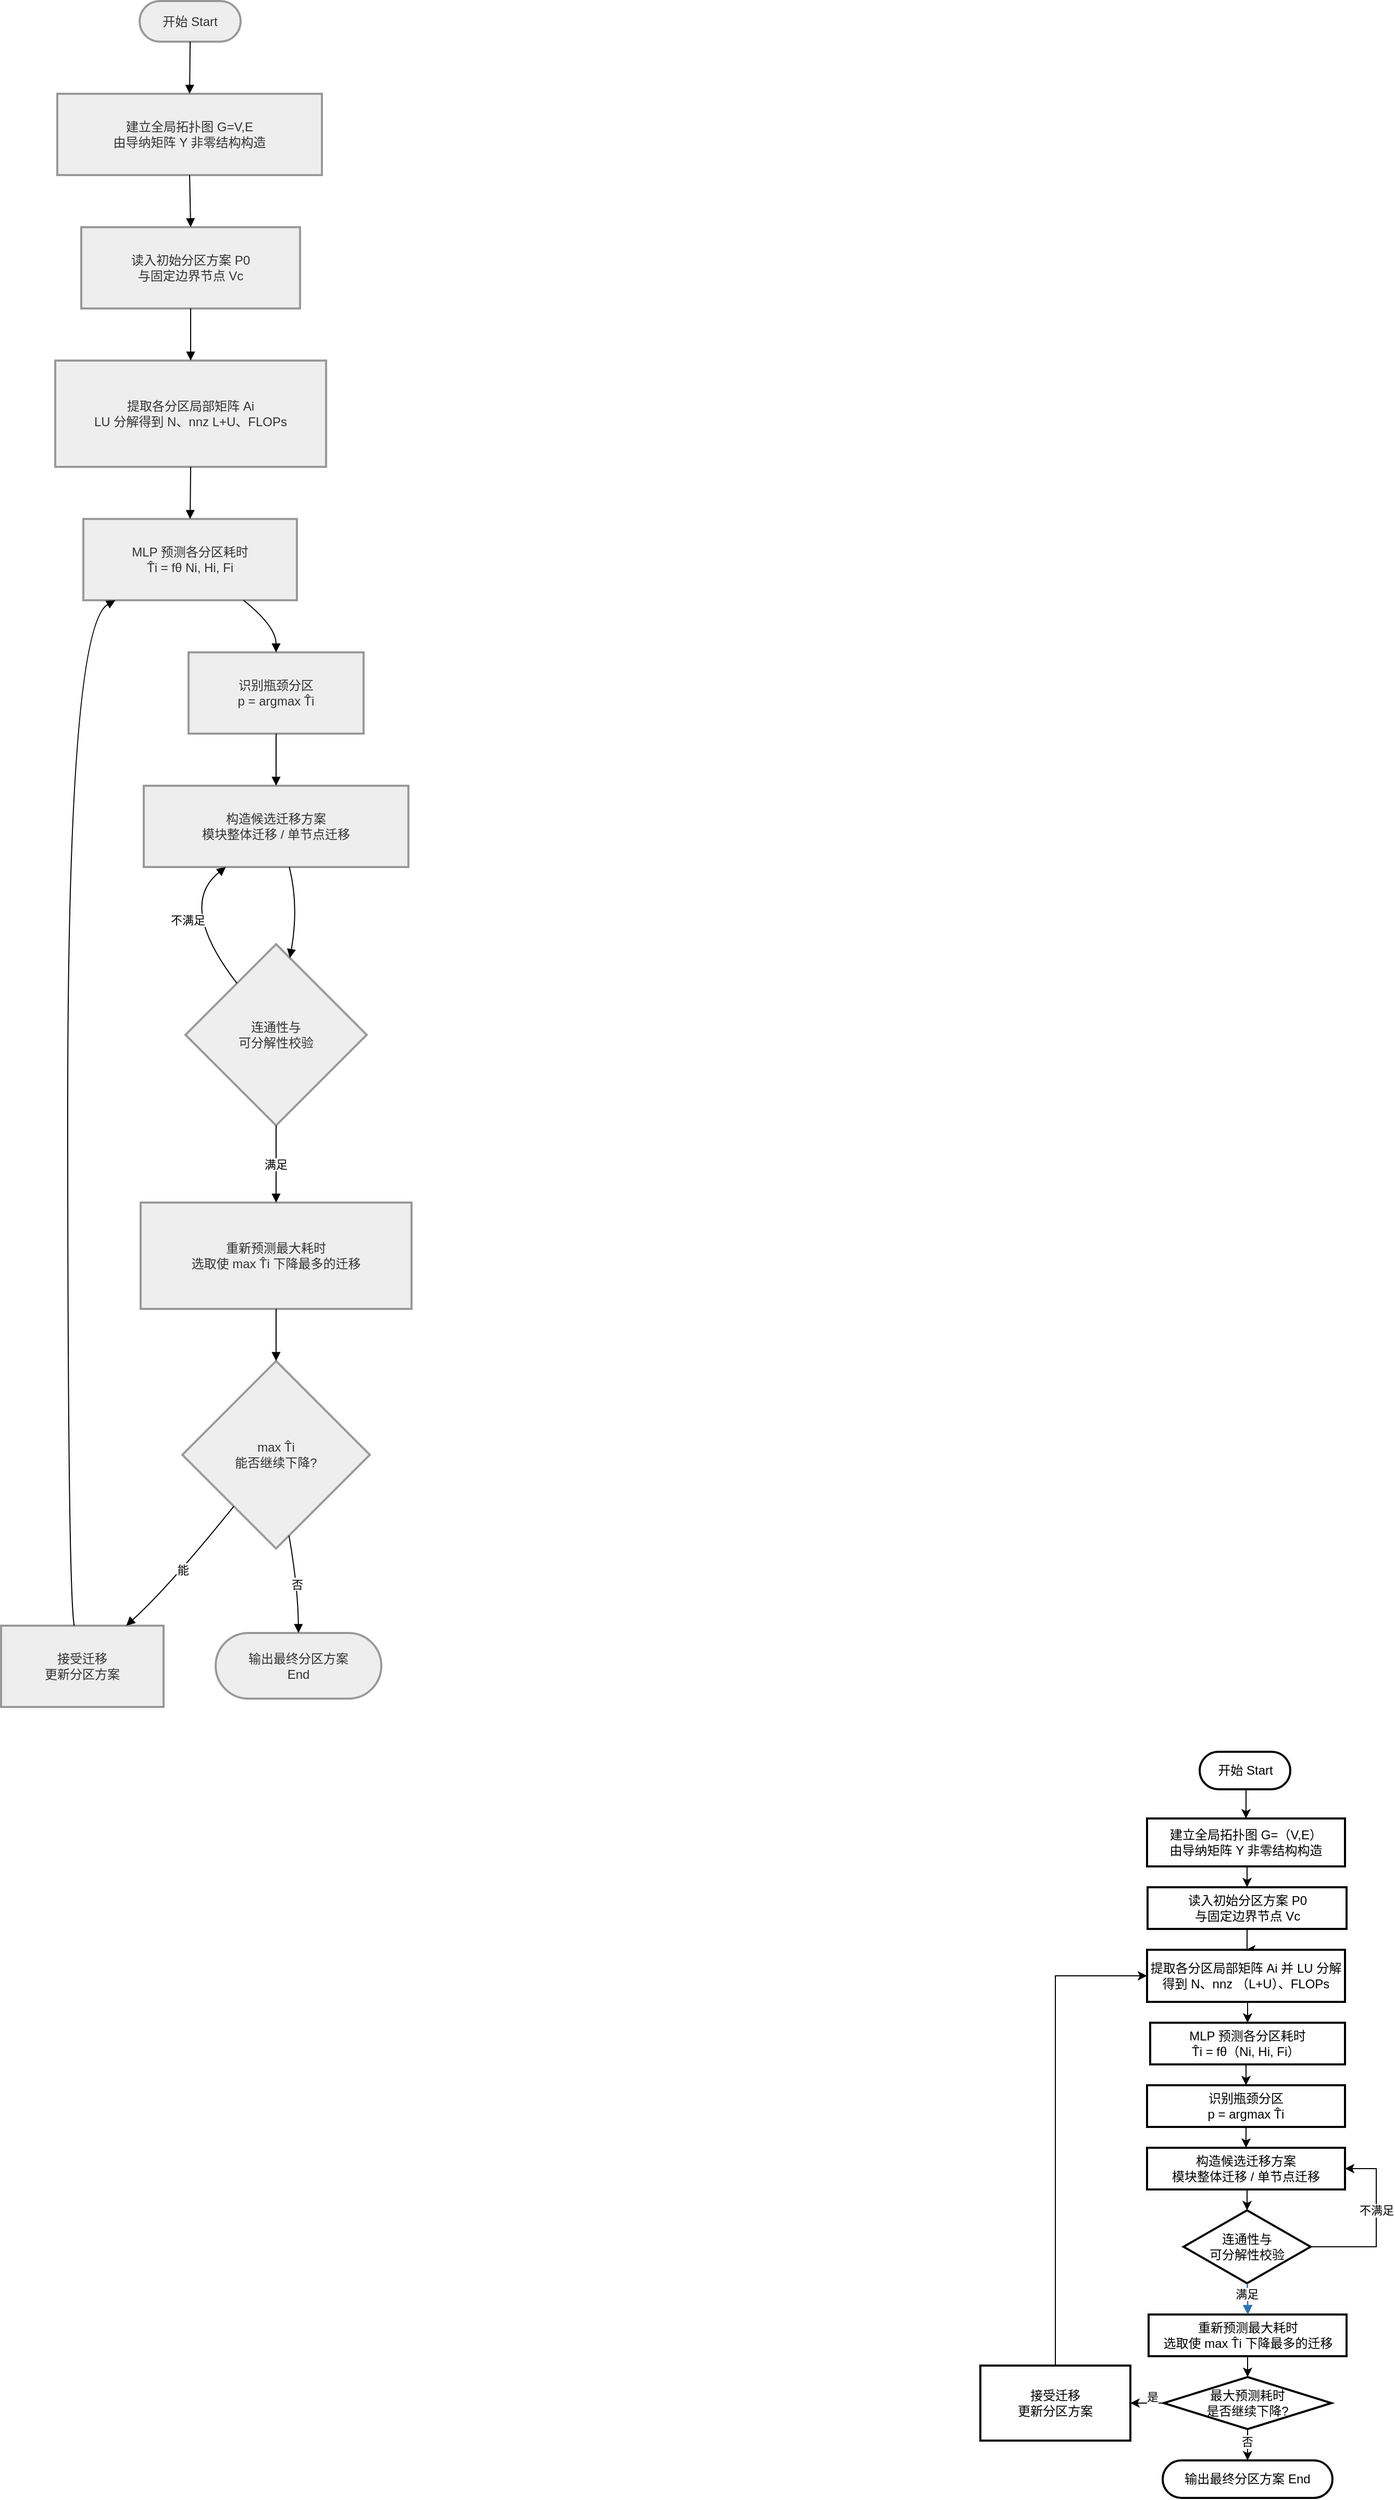
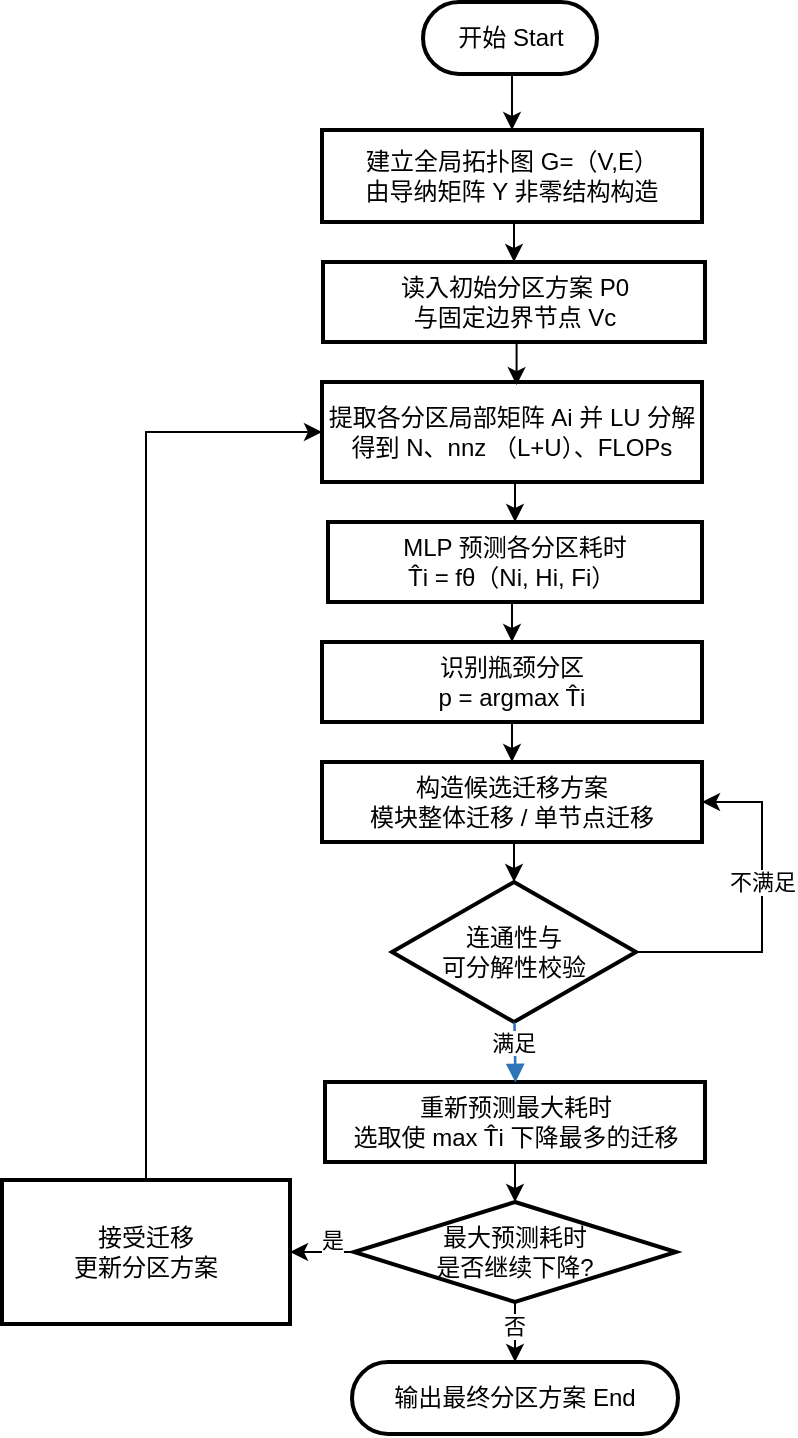
<mxfile host="app.diagrams.net">
  <diagram id="C5RBs43oDa-KdzZeNtuy" name="Page-1">
-     <mxGraphModel dx="469" dy="249" grid="1" gridSize="10" guides="1" tooltips="1" connect="1" arrows="1" fold="1" page="0" pageScale="1" pageWidth="827" pageHeight="1169" math="0" shadow="0">
+     <mxGraphModel dx="3358" dy="933" grid="1" gridSize="10" guides="1" tooltips="1" connect="1" arrows="1" fold="1" page="0" pageScale="1" pageWidth="827" pageHeight="1169" math="0" shadow="0">
      <root>
        <mxCell id="WIyWlLk6GJQsqaUBKTNV-0" />
        <mxCell id="WIyWlLk6GJQsqaUBKTNV-1" parent="WIyWlLk6GJQsqaUBKTNV-0" />
-         <mxCell id="Rnd2EKu7hbV3BZERFTsq-0" parent="WIyWlLk6GJQsqaUBKTNV-1" style="rounded=1;whiteSpace=wrap;arcSize=50;strokeWidth=2;fillColor=light-dark(#eeeeee,#1f2020);strokeColor=light-dark(#999999,#cccccc);fontColor=light-dark(#333333,#cccccc);" value="开始 Start" vertex="1">
-           <mxGeometry height="39" width="97" x="153" y="20" as="geometry" />
-         </mxCell>
-         <mxCell id="Rnd2EKu7hbV3BZERFTsq-1" parent="WIyWlLk6GJQsqaUBKTNV-1" style="whiteSpace=wrap;strokeWidth=2;fillColor=light-dark(#eeeeee,#1f2020);strokeColor=light-dark(#999999,#cccccc);fontColor=light-dark(#333333,#cccccc);" value="建立全局拓扑图 G=V,E&#xa;由导纳矩阵 Y 非零结构构造" vertex="1">
-           <mxGeometry height="78" width="254" x="74" y="109" as="geometry" />
-         </mxCell>
-         <mxCell id="Rnd2EKu7hbV3BZERFTsq-2" parent="WIyWlLk6GJQsqaUBKTNV-1" style="whiteSpace=wrap;strokeWidth=2;fillColor=light-dark(#eeeeee,#1f2020);strokeColor=light-dark(#999999,#cccccc);fontColor=light-dark(#333333,#cccccc);" value="读入初始分区方案 P0&#xa;与固定边界节点 Vc" vertex="1">
-           <mxGeometry height="78" width="210" x="97" y="237" as="geometry" />
-         </mxCell>
-         <mxCell id="Rnd2EKu7hbV3BZERFTsq-3" parent="WIyWlLk6GJQsqaUBKTNV-1" style="whiteSpace=wrap;strokeWidth=2;fillColor=light-dark(#eeeeee,#1f2020);strokeColor=light-dark(#999999,#cccccc);fontColor=light-dark(#333333,#cccccc);" value="提取各分区局部矩阵 Ai&#xa;LU 分解得到 N、nnz L+U、FLOPs" vertex="1">
-           <mxGeometry height="102" width="260" x="72" y="365" as="geometry" />
-         </mxCell>
-         <mxCell id="Rnd2EKu7hbV3BZERFTsq-4" parent="WIyWlLk6GJQsqaUBKTNV-1" style="whiteSpace=wrap;strokeWidth=2;fillColor=light-dark(#eeeeee,#1f2020);strokeColor=light-dark(#999999,#cccccc);fontColor=light-dark(#333333,#cccccc);" value="MLP 预测各分区耗时&#xa;T̂i = fθ Ni, Hi, Fi" vertex="1">
-           <mxGeometry height="78" width="205" x="99" y="517" as="geometry" />
-         </mxCell>
-         <mxCell id="Rnd2EKu7hbV3BZERFTsq-5" parent="WIyWlLk6GJQsqaUBKTNV-1" style="whiteSpace=wrap;strokeWidth=2;fillColor=light-dark(#eeeeee,#1f2020);strokeColor=light-dark(#999999,#cccccc);fontColor=light-dark(#333333,#cccccc);" value="识别瓶颈分区&#xa;p = argmax T̂i" vertex="1">
-           <mxGeometry height="78" width="168" x="200" y="645" as="geometry" />
-         </mxCell>
-         <mxCell id="Rnd2EKu7hbV3BZERFTsq-6" parent="WIyWlLk6GJQsqaUBKTNV-1" style="whiteSpace=wrap;strokeWidth=2;fillColor=light-dark(#eeeeee,#1f2020);strokeColor=light-dark(#999999,#cccccc);fontColor=light-dark(#333333,#cccccc);" value="构造候选迁移方案&#xa;模块整体迁移 / 单节点迁移" vertex="1">
-           <mxGeometry height="78" width="254" x="157" y="773" as="geometry" />
-         </mxCell>
-         <mxCell id="Rnd2EKu7hbV3BZERFTsq-7" parent="WIyWlLk6GJQsqaUBKTNV-1" style="rhombus;strokeWidth=2;whiteSpace=wrap;fillColor=light-dark(#eeeeee,#1f2020);strokeColor=light-dark(#999999,#cccccc);fontColor=light-dark(#333333,#cccccc);" value="连通性与&#xa;可分解性校验" vertex="1">
-           <mxGeometry height="174" width="174" x="197" y="925" as="geometry" />
-         </mxCell>
-         <mxCell id="Rnd2EKu7hbV3BZERFTsq-8" parent="WIyWlLk6GJQsqaUBKTNV-1" style="whiteSpace=wrap;strokeWidth=2;fillColor=light-dark(#eeeeee,#1f2020);strokeColor=light-dark(#999999,#cccccc);fontColor=light-dark(#333333,#cccccc);" value="重新预测最大耗时&#xa;选取使 max T̂i 下降最多的迁移" vertex="1">
-           <mxGeometry height="102" width="260" x="154" y="1173" as="geometry" />
-         </mxCell>
-         <mxCell id="Rnd2EKu7hbV3BZERFTsq-9" parent="WIyWlLk6GJQsqaUBKTNV-1" style="rhombus;strokeWidth=2;whiteSpace=wrap;fillColor=light-dark(#eeeeee,#1f2020);strokeColor=light-dark(#999999,#cccccc);fontColor=light-dark(#333333,#cccccc);" value="max T̂i&#xa;能否继续下降?" vertex="1">
-           <mxGeometry height="180" width="180" x="194" y="1325" as="geometry" />
-         </mxCell>
-         <mxCell id="Rnd2EKu7hbV3BZERFTsq-10" parent="WIyWlLk6GJQsqaUBKTNV-1" style="whiteSpace=wrap;strokeWidth=2;fillColor=light-dark(#eeeeee,#1f2020);strokeColor=light-dark(#999999,#cccccc);fontColor=light-dark(#333333,#cccccc);" value="接受迁移&#xa;更新分区方案" vertex="1">
-           <mxGeometry height="78" width="156" x="20" y="1579" as="geometry" />
-         </mxCell>
-         <mxCell id="Rnd2EKu7hbV3BZERFTsq-11" parent="WIyWlLk6GJQsqaUBKTNV-1" style="rounded=1;whiteSpace=wrap;arcSize=50;strokeWidth=2;fillColor=light-dark(#eeeeee,#1f2020);strokeColor=light-dark(#999999,#cccccc);fontColor=light-dark(#333333,#cccccc);" value="输出最终分区方案&#xa;End" vertex="1">
-           <mxGeometry height="63" width="159" x="226" y="1586" as="geometry" />
-         </mxCell>
-         <mxCell id="Rnd2EKu7hbV3BZERFTsq-12" edge="1" parent="WIyWlLk6GJQsqaUBKTNV-1" source="Rnd2EKu7hbV3BZERFTsq-0" style="curved=1;startArrow=none;endArrow=block;exitX=0.5;exitY=1;entryX=0.5;entryY=0;rounded=0;" target="Rnd2EKu7hbV3BZERFTsq-1" value="">
-           <mxGeometry relative="1" as="geometry">
-             <Array as="points" />
-           </mxGeometry>
-         </mxCell>
-         <mxCell id="Rnd2EKu7hbV3BZERFTsq-13" edge="1" parent="WIyWlLk6GJQsqaUBKTNV-1" source="Rnd2EKu7hbV3BZERFTsq-1" style="curved=1;startArrow=none;endArrow=block;exitX=0.5;exitY=1;entryX=0.5;entryY=0;rounded=0;" target="Rnd2EKu7hbV3BZERFTsq-2" value="">
-           <mxGeometry relative="1" as="geometry">
-             <Array as="points" />
-           </mxGeometry>
-         </mxCell>
-         <mxCell id="Rnd2EKu7hbV3BZERFTsq-14" edge="1" parent="WIyWlLk6GJQsqaUBKTNV-1" source="Rnd2EKu7hbV3BZERFTsq-2" style="curved=1;startArrow=none;endArrow=block;exitX=0.5;exitY=1;entryX=0.5;entryY=0;rounded=0;" target="Rnd2EKu7hbV3BZERFTsq-3" value="">
-           <mxGeometry relative="1" as="geometry">
-             <Array as="points" />
-           </mxGeometry>
-         </mxCell>
-         <mxCell id="Rnd2EKu7hbV3BZERFTsq-15" edge="1" parent="WIyWlLk6GJQsqaUBKTNV-1" source="Rnd2EKu7hbV3BZERFTsq-3" style="curved=1;startArrow=none;endArrow=block;exitX=0.5;exitY=1;entryX=0.5;entryY=0;rounded=0;" target="Rnd2EKu7hbV3BZERFTsq-4" value="">
-           <mxGeometry relative="1" as="geometry">
-             <Array as="points" />
-           </mxGeometry>
-         </mxCell>
-         <mxCell id="Rnd2EKu7hbV3BZERFTsq-16" edge="1" parent="WIyWlLk6GJQsqaUBKTNV-1" source="Rnd2EKu7hbV3BZERFTsq-4" style="curved=1;startArrow=none;endArrow=block;exitX=0.75;exitY=1;entryX=0.5;entryY=0;rounded=0;" target="Rnd2EKu7hbV3BZERFTsq-5" value="">
-           <mxGeometry relative="1" as="geometry">
-             <Array as="points">
-               <mxPoint x="284" y="620" />
-             </Array>
-           </mxGeometry>
-         </mxCell>
-         <mxCell id="Rnd2EKu7hbV3BZERFTsq-17" edge="1" parent="WIyWlLk6GJQsqaUBKTNV-1" source="Rnd2EKu7hbV3BZERFTsq-5" style="curved=1;startArrow=none;endArrow=block;exitX=0.5;exitY=1;entryX=0.5;entryY=0;rounded=0;" target="Rnd2EKu7hbV3BZERFTsq-6" value="">
-           <mxGeometry relative="1" as="geometry">
-             <Array as="points" />
-           </mxGeometry>
-         </mxCell>
-         <mxCell id="Rnd2EKu7hbV3BZERFTsq-18" edge="1" parent="WIyWlLk6GJQsqaUBKTNV-1" source="Rnd2EKu7hbV3BZERFTsq-6" style="curved=1;startArrow=none;endArrow=block;exitX=0.55;exitY=1;entryX=0.59;entryY=0;rounded=0;" target="Rnd2EKu7hbV3BZERFTsq-7" value="">
-           <mxGeometry relative="1" as="geometry">
-             <Array as="points">
-               <mxPoint x="306" y="888" />
-             </Array>
-           </mxGeometry>
-         </mxCell>
-         <mxCell id="Rnd2EKu7hbV3BZERFTsq-19" edge="1" parent="WIyWlLk6GJQsqaUBKTNV-1" source="Rnd2EKu7hbV3BZERFTsq-7" style="curved=1;startArrow=none;endArrow=block;exitX=0.12;exitY=0;entryX=0.31;entryY=1;rounded=0;" target="Rnd2EKu7hbV3BZERFTsq-6" value="不满足">
-           <mxGeometry relative="1" as="geometry">
-             <Array as="points">
-               <mxPoint x="189" y="888" />
-             </Array>
-           </mxGeometry>
-         </mxCell>
-         <mxCell id="Rnd2EKu7hbV3BZERFTsq-20" edge="1" parent="WIyWlLk6GJQsqaUBKTNV-1" source="Rnd2EKu7hbV3BZERFTsq-7" style="curved=1;startArrow=none;endArrow=block;exitX=0.5;exitY=1;entryX=0.5;entryY=0;rounded=0;" target="Rnd2EKu7hbV3BZERFTsq-8" value="满足">
-           <mxGeometry relative="1" as="geometry">
-             <Array as="points" />
-           </mxGeometry>
-         </mxCell>
-         <mxCell id="Rnd2EKu7hbV3BZERFTsq-21" edge="1" parent="WIyWlLk6GJQsqaUBKTNV-1" source="Rnd2EKu7hbV3BZERFTsq-8" style="curved=1;startArrow=none;endArrow=block;exitX=0.5;exitY=1;entryX=0.5;entryY=0;rounded=0;" target="Rnd2EKu7hbV3BZERFTsq-9" value="">
-           <mxGeometry relative="1" as="geometry">
-             <Array as="points" />
-           </mxGeometry>
-         </mxCell>
-         <mxCell id="Rnd2EKu7hbV3BZERFTsq-22" edge="1" parent="WIyWlLk6GJQsqaUBKTNV-1" source="Rnd2EKu7hbV3BZERFTsq-9" style="curved=1;startArrow=none;endArrow=block;exitX=0.09;exitY=1;entryX=0.77;entryY=0;rounded=0;" target="Rnd2EKu7hbV3BZERFTsq-10" value="能">
-           <mxGeometry relative="1" as="geometry">
-             <Array as="points">
-               <mxPoint x="181" y="1542" />
-             </Array>
-           </mxGeometry>
-         </mxCell>
-         <mxCell id="Rnd2EKu7hbV3BZERFTsq-23" edge="1" parent="WIyWlLk6GJQsqaUBKTNV-1" source="Rnd2EKu7hbV3BZERFTsq-10" style="curved=1;startArrow=none;endArrow=block;exitX=0.45;exitY=0;entryX=0.15;entryY=1;rounded=0;" target="Rnd2EKu7hbV3BZERFTsq-4" value="">
-           <mxGeometry relative="1" as="geometry">
-             <Array as="points">
-               <mxPoint x="84" y="1542" />
-               <mxPoint x="84" y="620" />
-             </Array>
-           </mxGeometry>
-         </mxCell>
-         <mxCell id="Rnd2EKu7hbV3BZERFTsq-24" edge="1" parent="WIyWlLk6GJQsqaUBKTNV-1" source="Rnd2EKu7hbV3BZERFTsq-9" style="curved=1;startArrow=none;endArrow=block;exitX=0.58;exitY=1;entryX=0.5;entryY=0.01;rounded=0;" target="Rnd2EKu7hbV3BZERFTsq-11" value="否">
-           <mxGeometry relative="1" as="geometry">
-             <Array as="points">
-               <mxPoint x="305" y="1542" />
-             </Array>
-           </mxGeometry>
-         </mxCell>
        <mxCell id="Rnd2EKu7hbV3BZERFTsq-74" edge="1" parent="WIyWlLk6GJQsqaUBKTNV-1" source="Rnd2EKu7hbV3BZERFTsq-25" style="edgeStyle=orthogonalEdgeStyle;rounded=0;orthogonalLoop=1;jettySize=auto;html=1;exitX=0.5;exitY=1;exitDx=0;exitDy=0;entryX=0.5;entryY=0;entryDx=0;entryDy=0;" target="Rnd2EKu7hbV3BZERFTsq-26">
          <mxGeometry relative="1" as="geometry" />
        </mxCell>
-         <mxCell id="Rnd2EKu7hbV3BZERFTsq-25" parent="WIyWlLk6GJQsqaUBKTNV-1" style="rounded=1;whiteSpace=wrap;arcSize=50;strokeWidth=2;fontFamily=Helvetica;" value="开始 Start" vertex="1">
-           <mxGeometry height="36" width="87" x="1170.5" y="1700" as="geometry" />
+         <mxCell id="Rnd2EKu7hbV3BZERFTsq-25" parent="WIyWlLk6GJQsqaUBKTNV-1" style="rounded=1;whiteSpace=wrap;arcSize=50;strokeWidth=2;fontFamily=Helvetica;fillColor=none;" value="开始 Start" vertex="1">
+           <mxGeometry height="36" width="87" x="-1309.5" y="320" as="geometry" />
        </mxCell>
        <mxCell id="Rnd2EKu7hbV3BZERFTsq-77" edge="1" parent="WIyWlLk6GJQsqaUBKTNV-1" source="Rnd2EKu7hbV3BZERFTsq-26" style="edgeStyle=orthogonalEdgeStyle;rounded=0;orthogonalLoop=1;jettySize=auto;html=1;exitX=0.5;exitY=1;exitDx=0;exitDy=0;entryX=0.5;entryY=0;entryDx=0;entryDy=0;" target="Rnd2EKu7hbV3BZERFTsq-27">
          <mxGeometry relative="1" as="geometry" />
        </mxCell>
        <mxCell id="Rnd2EKu7hbV3BZERFTsq-26" parent="WIyWlLk6GJQsqaUBKTNV-1" style="whiteSpace=wrap;strokeWidth=2;fontFamily=Helvetica;" value="建立全局拓扑图 G=（V,E）&#xa;由导纳矩阵 Y 非零结构构造" vertex="1">
-           <mxGeometry height="46" width="190" x="1120" y="1764" as="geometry" />
-         </mxCell>
-         <mxCell id="Rnd2EKu7hbV3BZERFTsq-80" edge="1" parent="WIyWlLk6GJQsqaUBKTNV-1" source="Rnd2EKu7hbV3BZERFTsq-27" style="edgeStyle=orthogonalEdgeStyle;rounded=0;orthogonalLoop=1;jettySize=auto;html=1;entryX=0.5;entryY=0;entryDx=0;entryDy=0;" target="Rnd2EKu7hbV3BZERFTsq-28">
-           <mxGeometry relative="1" as="geometry" />
+           <mxGeometry height="46" width="190" x="-1360" y="384" as="geometry" />
        </mxCell>
        <mxCell id="Rnd2EKu7hbV3BZERFTsq-27" parent="WIyWlLk6GJQsqaUBKTNV-1" style="whiteSpace=wrap;strokeWidth=2;fontFamily=Helvetica;" value="读入初始分区方案 P0&#xa;与固定边界节点 Vc" vertex="1">
-           <mxGeometry height="40" width="191" x="1120.5" y="1830" as="geometry" />
+           <mxGeometry height="40" width="191" x="-1359.5" y="450" as="geometry" />
        </mxCell>
        <mxCell id="Rnd2EKu7hbV3BZERFTsq-81" edge="1" parent="WIyWlLk6GJQsqaUBKTNV-1" source="Rnd2EKu7hbV3BZERFTsq-28" style="edgeStyle=orthogonalEdgeStyle;rounded=0;orthogonalLoop=1;jettySize=auto;html=1;exitX=0.5;exitY=1;exitDx=0;exitDy=0;entryX=0.5;entryY=0;entryDx=0;entryDy=0;" target="Rnd2EKu7hbV3BZERFTsq-29">
          <mxGeometry relative="1" as="geometry" />
        </mxCell>
        <mxCell id="Rnd2EKu7hbV3BZERFTsq-28" parent="WIyWlLk6GJQsqaUBKTNV-1" style="whiteSpace=wrap;strokeWidth=2;fontFamily=Helvetica;" value="提取各分区局部矩阵 Ai 并 LU 分解&#xa;得到 N、nnz （L+U）、FLOPs" vertex="1">
-           <mxGeometry height="50" width="190" x="1120" y="1890" as="geometry" />
+           <mxGeometry height="50" width="190" x="-1360" y="510" as="geometry" />
        </mxCell>
        <mxCell id="Rnd2EKu7hbV3BZERFTsq-53" edge="1" parent="WIyWlLk6GJQsqaUBKTNV-1" source="Rnd2EKu7hbV3BZERFTsq-29" style="edgeStyle=orthogonalEdgeStyle;rounded=0;orthogonalLoop=1;jettySize=auto;html=1;exitX=0.5;exitY=1;exitDx=0;exitDy=0;entryX=0.5;entryY=0;entryDx=0;entryDy=0;" target="Rnd2EKu7hbV3BZERFTsq-30">
          <mxGeometry relative="1" as="geometry" />
        </mxCell>
        <mxCell id="Rnd2EKu7hbV3BZERFTsq-29" parent="WIyWlLk6GJQsqaUBKTNV-1" style="whiteSpace=wrap;strokeWidth=2;fontFamily=Helvetica;" value="MLP 预测各分区耗时&#xa;T̂i = fθ（Ni, Hi, Fi） " vertex="1">
-           <mxGeometry height="40" width="187" x="1123" y="1960" as="geometry" />
+           <mxGeometry height="40" width="187" x="-1357" y="580" as="geometry" />
        </mxCell>
        <mxCell id="Rnd2EKu7hbV3BZERFTsq-60" edge="1" parent="WIyWlLk6GJQsqaUBKTNV-1" source="Rnd2EKu7hbV3BZERFTsq-30" style="edgeStyle=orthogonalEdgeStyle;rounded=0;orthogonalLoop=1;jettySize=auto;html=1;exitX=0.5;exitY=1;exitDx=0;exitDy=0;entryX=0.5;entryY=0;entryDx=0;entryDy=0;" target="Rnd2EKu7hbV3BZERFTsq-31">
          <mxGeometry relative="1" as="geometry" />
        </mxCell>
        <mxCell id="Rnd2EKu7hbV3BZERFTsq-30" parent="WIyWlLk6GJQsqaUBKTNV-1" style="whiteSpace=wrap;strokeWidth=2;fontFamily=Helvetica;" value="识别瓶颈分区&#xa;p = argmax T̂i" vertex="1">
-           <mxGeometry height="40" width="190" x="1120" y="2020" as="geometry" />
+           <mxGeometry height="40" width="190" x="-1360" y="640" as="geometry" />
        </mxCell>
        <mxCell id="Rnd2EKu7hbV3BZERFTsq-83" edge="1" parent="WIyWlLk6GJQsqaUBKTNV-1" source="Rnd2EKu7hbV3BZERFTsq-31" style="edgeStyle=orthogonalEdgeStyle;rounded=0;orthogonalLoop=1;jettySize=auto;html=1;exitX=0.5;exitY=1;exitDx=0;exitDy=0;entryX=0.5;entryY=0;entryDx=0;entryDy=0;" target="Rnd2EKu7hbV3BZERFTsq-32">
          <mxGeometry relative="1" as="geometry" />
        </mxCell>
        <mxCell id="Rnd2EKu7hbV3BZERFTsq-31" parent="WIyWlLk6GJQsqaUBKTNV-1" style="whiteSpace=wrap;strokeWidth=2;fontFamily=Helvetica;" value="构造候选迁移方案&#xa;模块整体迁移 / 单节点迁移" vertex="1">
-           <mxGeometry height="40" width="190" x="1120" y="2080" as="geometry" />
+           <mxGeometry height="40" width="190" x="-1360" y="700" as="geometry" />
        </mxCell>
        <mxCell id="Rnd2EKu7hbV3BZERFTsq-62" edge="1" parent="WIyWlLk6GJQsqaUBKTNV-1" source="Rnd2EKu7hbV3BZERFTsq-32" style="edgeStyle=orthogonalEdgeStyle;rounded=0;orthogonalLoop=1;jettySize=auto;html=1;exitX=1;exitY=0.5;exitDx=0;exitDy=0;entryX=1;entryY=0.5;entryDx=0;entryDy=0;" target="Rnd2EKu7hbV3BZERFTsq-31">
          <mxGeometry relative="1" as="geometry">
            <Array as="points">
-               <mxPoint x="1340" y="2175" />
-               <mxPoint x="1340" y="2100" />
+               <mxPoint x="-1140" y="795" />
+               <mxPoint x="-1140" y="720" />
            </Array>
          </mxGeometry>
        </mxCell>
        <mxCell id="Rnd2EKu7hbV3BZERFTsq-63" connectable="0" parent="Rnd2EKu7hbV3BZERFTsq-62" style="edgeLabel;html=1;align=center;verticalAlign=middle;resizable=0;points=[];" value="不满足" vertex="1">
          <mxGeometry relative="1" x="0.1893" y="-3" as="geometry">
            <mxPoint x="-3" y="2" as="offset" />
          </mxGeometry>
        </mxCell>
        <mxCell id="Rnd2EKu7hbV3BZERFTsq-32" parent="WIyWlLk6GJQsqaUBKTNV-1" style="rhombus;strokeWidth=2;whiteSpace=wrap;fontFamily=Helvetica;" value="连通性与&#xa;可分解性校验" vertex="1">
-           <mxGeometry height="70" width="122" x="1155" y="2140" as="geometry" />
+           <mxGeometry height="70" width="122" x="-1325" y="760" as="geometry" />
        </mxCell>
        <mxCell id="Rnd2EKu7hbV3BZERFTsq-85" edge="1" parent="WIyWlLk6GJQsqaUBKTNV-1" source="Rnd2EKu7hbV3BZERFTsq-33" style="edgeStyle=orthogonalEdgeStyle;rounded=0;orthogonalLoop=1;jettySize=auto;html=1;exitX=0.5;exitY=1;exitDx=0;exitDy=0;entryX=0.5;entryY=0;entryDx=0;entryDy=0;" target="Rnd2EKu7hbV3BZERFTsq-34">
          <mxGeometry relative="1" as="geometry" />
        </mxCell>
        <mxCell id="Rnd2EKu7hbV3BZERFTsq-33" parent="WIyWlLk6GJQsqaUBKTNV-1" style="whiteSpace=wrap;strokeWidth=2;fontFamily=Helvetica;" value="重新预测最大耗时&#xa;选取使 max T̂i 下降最多的迁移" vertex="1">
-           <mxGeometry height="40" width="190" x="1121.5" y="2240" as="geometry" />
+           <mxGeometry height="40" width="190" x="-1358.5" y="860" as="geometry" />
        </mxCell>
        <mxCell id="Rnd2EKu7hbV3BZERFTsq-57" edge="1" parent="WIyWlLk6GJQsqaUBKTNV-1" source="Rnd2EKu7hbV3BZERFTsq-34" style="edgeStyle=orthogonalEdgeStyle;rounded=0;orthogonalLoop=1;jettySize=auto;html=1;exitX=0.5;exitY=1;exitDx=0;exitDy=0;" target="Rnd2EKu7hbV3BZERFTsq-36">
          <mxGeometry relative="1" as="geometry" />
        </mxCell>
        <mxCell id="Rnd2EKu7hbV3BZERFTsq-65" connectable="0" parent="Rnd2EKu7hbV3BZERFTsq-57" style="edgeLabel;html=1;align=center;verticalAlign=middle;resizable=0;points=[];" value="否" vertex="1">
          <mxGeometry relative="1" x="-0.5098" y="-1" as="geometry">
            <mxPoint y="-1" as="offset" />
          </mxGeometry>
        </mxCell>
        <mxCell id="Rnd2EKu7hbV3BZERFTsq-66" edge="1" parent="WIyWlLk6GJQsqaUBKTNV-1" source="Rnd2EKu7hbV3BZERFTsq-34" style="edgeStyle=orthogonalEdgeStyle;rounded=0;orthogonalLoop=1;jettySize=auto;html=1;exitX=0;exitY=0.5;exitDx=0;exitDy=0;entryX=1;entryY=0.5;entryDx=0;entryDy=0;" target="Rnd2EKu7hbV3BZERFTsq-35">
          <mxGeometry relative="1" as="geometry" />
        </mxCell>
        <mxCell id="Rnd2EKu7hbV3BZERFTsq-67" connectable="0" parent="Rnd2EKu7hbV3BZERFTsq-66" style="edgeLabel;html=1;align=center;verticalAlign=middle;resizable=0;points=[];" value="是" vertex="1">
          <mxGeometry relative="1" x="0.0617" y="-6" as="geometry">
            <mxPoint x="6" as="offset" />
          </mxGeometry>
        </mxCell>
        <mxCell id="Rnd2EKu7hbV3BZERFTsq-34" parent="WIyWlLk6GJQsqaUBKTNV-1" style="rhombus;strokeWidth=2;whiteSpace=wrap;fontFamily=Helvetica;" value="最大预测耗时&#xa;是否继续下降?" vertex="1">
-           <mxGeometry height="50" width="161" x="1136" y="2300" as="geometry" />
+           <mxGeometry height="50" width="161" x="-1344" y="920" as="geometry" />
        </mxCell>
        <mxCell id="Rnd2EKu7hbV3BZERFTsq-70" edge="1" parent="WIyWlLk6GJQsqaUBKTNV-1" source="Rnd2EKu7hbV3BZERFTsq-35" style="edgeStyle=orthogonalEdgeStyle;rounded=0;orthogonalLoop=1;jettySize=auto;html=1;exitX=0.5;exitY=0;exitDx=0;exitDy=0;entryX=0;entryY=0.5;entryDx=0;entryDy=0;" target="Rnd2EKu7hbV3BZERFTsq-28">
          <mxGeometry relative="1" as="geometry" />
        </mxCell>
        <mxCell id="Rnd2EKu7hbV3BZERFTsq-35" parent="WIyWlLk6GJQsqaUBKTNV-1" style="whiteSpace=wrap;strokeWidth=2;fontFamily=Helvetica;" value="接受迁移&#xa;更新分区方案" vertex="1">
-           <mxGeometry height="72" width="144" x="960" y="2289" as="geometry" />
+           <mxGeometry height="72" width="144" x="-1520" y="909" as="geometry" />
        </mxCell>
        <mxCell id="Rnd2EKu7hbV3BZERFTsq-36" parent="WIyWlLk6GJQsqaUBKTNV-1" style="rounded=1;whiteSpace=wrap;arcSize=50;strokeWidth=2;fontFamily=Helvetica;" value="输出最终分区方案 End" vertex="1">
-           <mxGeometry height="36" width="163" x="1135" y="2380" as="geometry" />
+           <mxGeometry height="36" width="163" x="-1345" y="1000" as="geometry" />
        </mxCell>
        <mxCell id="Rnd2EKu7hbV3BZERFTsq-45" edge="1" parent="WIyWlLk6GJQsqaUBKTNV-1" source="Rnd2EKu7hbV3BZERFTsq-32" style="curved=1;startArrow=none;endArrow=block;strokeColor=#2E75B6;strokeWidth=1.3;;exitX=0.5;exitY=1;entryX=0.5;entryY=0;rounded=0;fontFamily=Helvetica;" target="Rnd2EKu7hbV3BZERFTsq-33" value="满足">
          <mxGeometry relative="1" x="-0.3335" as="geometry">
            <mxPoint as="offset" />
            <Array as="points" />
          </mxGeometry>
        </mxCell>
        <mxCell id="Rnd2EKu7hbV3BZERFTsq-69" edge="1" parent="WIyWlLk6GJQsqaUBKTNV-1" source="Rnd2EKu7hbV3BZERFTsq-32" style="edgeStyle=orthogonalEdgeStyle;rounded=0;orthogonalLoop=1;jettySize=auto;html=1;exitX=0.5;exitY=1;exitDx=0;exitDy=0;" target="Rnd2EKu7hbV3BZERFTsq-32">
          <mxGeometry relative="1" as="geometry" />
        </mxCell>
+         <mxCell id="Rnd2EKu7hbV3BZERFTsq-91" edge="1" parent="WIyWlLk6GJQsqaUBKTNV-1" source="Rnd2EKu7hbV3BZERFTsq-27" style="edgeStyle=orthogonalEdgeStyle;rounded=0;orthogonalLoop=1;jettySize=auto;html=1;exitX=0.5;exitY=1;exitDx=0;exitDy=0;entryX=0.512;entryY=0.031;entryDx=0;entryDy=0;entryPerimeter=0;" target="Rnd2EKu7hbV3BZERFTsq-28">
+           <mxGeometry relative="1" as="geometry" />
+         </mxCell>
      </root>
    </mxGraphModel>
  </diagram>
</mxfile>
